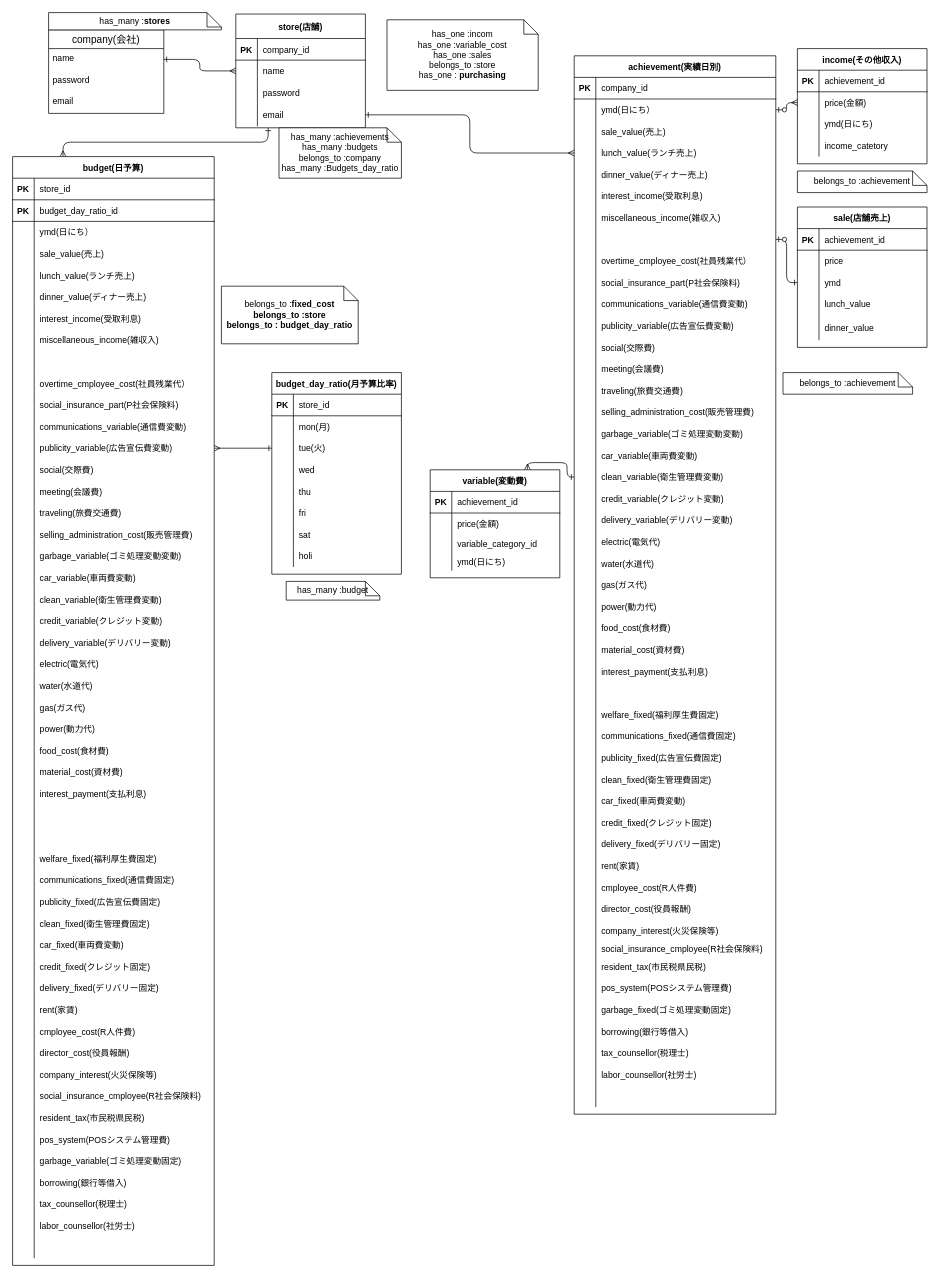
Earlier version of the draw.io diagram ER図.dio (yanagi0306/profit_loss). Source tidied: cells renumbered, new cells numbered last; positions are measured from the earlier drawing's top-left corner, leaving out a move shared by most shapes. Both pictures are drawn from the tidied source at 72%, with x=0, y=0 at pixel (12, 12).
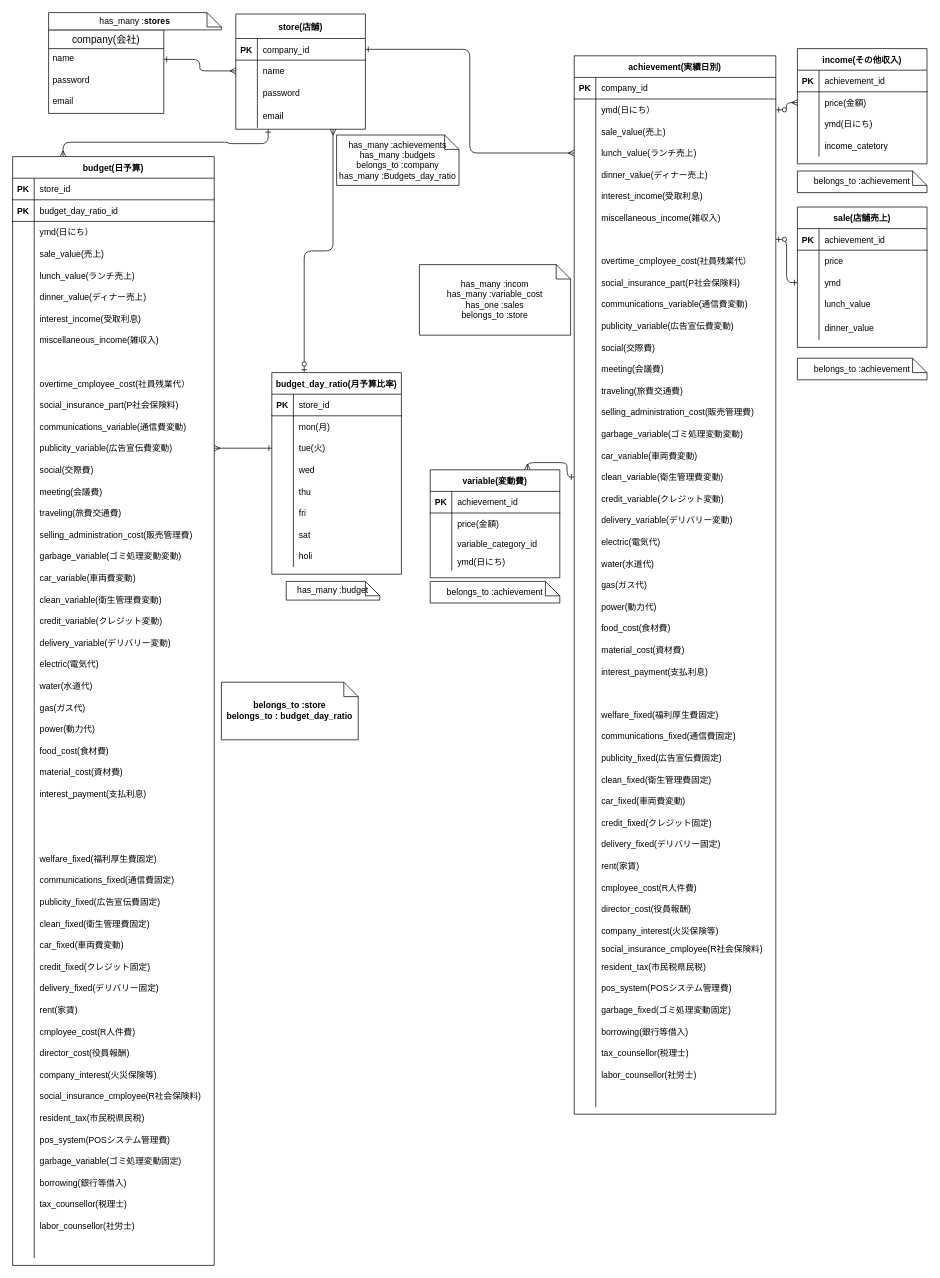
The same page after the edit.

Unchanged cells that the change refers to:
```xml
<mxCell id="14" style="shape=partialRectangle;fillColor=none;top=0;left=0;bottom=1;right=0;points=[[0,0.5],[1,0.5]];portConstraint=eastwest;" parent="13" vertex="1">
  <mxGeometry y="34" width="180" height="30" as="geometry" />
</mxCell>
<mxCell id="182" value="budget_day_ratio(月予算比率)" style="shape=table;startSize=30;childLayout=tableLayout;rowLines=0;fontStyle=1;align=center;" parent="1" vertex="1">
  <mxGeometry x="360" y="500" width="180" height="280" as="geometry" />
</mxCell>
<mxCell id="261" style="shape=partialRectangle;fillColor=none;top=0;left=0;bottom=0;right=0;points=[[0,0.5],[1,0.5]];portConstraint=eastwest;" parent="251" vertex="1">
  <mxGeometry y="120" width="280" height="30" as="geometry" />
</mxCell>
```

The edit, as a diff of the source:
```diff
@@
-    <mxCell id="6" style="edgeStyle=orthogonalEdgeStyle;rounded=1;jettySize=auto;html=1;endArrow=ERmany;endFill=0;startArrow=ERone;startFill=0;exitX=1;exitY=0.5;exitDx=0;exitDy=0;entryX=0;entryY=0.5;entryDx=0;entryDy=0;" parent="1" edge="1" source="23" target="261">
+    <mxCell id="6" style="edgeStyle=orthogonalEdgeStyle;rounded=1;jettySize=auto;html=1;endArrow=ERmany;endFill=0;startArrow=ERone;startFill=0;entryX=0;entryY=0.5;entryDx=0;entryDy=0;exitX=1;exitY=0.5;exitDx=0;exitDy=0;" parent="1" edge="1" source="14" target="261">
       <mxGeometry relative="1" as="geometry" />
     </mxCell>
@@
-    <mxCell id="8" value="has_one :incom&lt;br&gt;has_one&amp;nbsp;:variable_cost&lt;br&gt;has_one :sales&lt;br&gt;belongs_to :store&lt;br&gt;has_one&amp;nbsp;:&lt;span style=&quot;font-weight: 700&quot;&gt;&amp;nbsp;purchasing&lt;/span&gt;" style="shape=note;size=20;whiteSpace=wrap;html=1;rounded=0;sketch=0;" parent="1" vertex="1">
-      <mxGeometry x="520" y="10" width="210" height="98" as="geometry" />
+    <mxCell id="8" value="has_many :incom&lt;br&gt;has_many :variable_cost&lt;br&gt;has_one :sales&lt;br&gt;belongs_to :store" style="shape=note;size=20;whiteSpace=wrap;html=1;rounded=0;sketch=0;" parent="1" vertex="1">
+      <mxGeometry x="565" y="350" width="210" height="98" as="geometry" />
     </mxCell>
@@
     <mxCell id="11" value="belongs_to :achievement" style="shape=note;size=20;whiteSpace=wrap;html=1;rounded=0;sketch=0;" parent="1" vertex="1">
-      <mxGeometry x="1070" y="500" width="180" height="30" as="geometry" />
+      <mxGeometry x="1090" y="480" width="180" height="30" as="geometry" />
     </mxCell>
@@
     <mxCell id="13" value="store(店舗)" style="shape=table;startSize=34;childLayout=tableLayout;rowLines=0;fontStyle=1;align=center;" parent="1" vertex="1">
-      <mxGeometry x="310" y="2" width="180" height="158" as="geometry" />
+      <mxGeometry x="310" y="2" width="180" height="160" as="geometry" />
     </mxCell>
@@
     <mxCell id="23" style="shape=partialRectangle;fillColor=none;top=0;left=0;bottom=0;right=0;points=[[0,0.5],[1,0.5]];portConstraint=eastwest;" parent="13" vertex="1">
-      <mxGeometry y="124" width="180" height="32" as="geometry" />
+      <mxGeometry y="124" width="180" height="34" as="geometry" />
     </mxCell>
     <mxCell id="24" style="shape=partialRectangle;fillColor=none;top=0;left=0;bottom=0;right=0;overflow=hidden;" parent="23" vertex="1">
-      <mxGeometry width="30" height="32" as="geometry" />
+      <mxGeometry width="30" height="34" as="geometry" />
     </mxCell>
     <mxCell id="25" value="email" style="shape=partialRectangle;fillColor=none;top=0;left=0;bottom=0;right=0;align=left;spacingLeft=6;overflow=hidden;" parent="23" vertex="1">
-      <mxGeometry x="30" width="150" height="32" as="geometry" />
+      <mxGeometry x="30" width="150" height="34" as="geometry" />
     </mxCell>
@@
     <mxCell id="28" value="has_many :achievements&lt;br&gt;has_many :budgets&lt;br&gt;belongs_to :company&lt;br&gt;has_many :Budgets_day_ratio" style="shape=note;size=20;whiteSpace=wrap;html=1;" parent="1" vertex="1">
-      <mxGeometry x="370" y="160" width="170" height="70" as="geometry" />
+      <mxGeometry x="450" y="170" width="170" height="70" as="geometry" />
     </mxCell>
-    <mxCell id="29" value="belongs_to :&lt;span style=&quot;font-weight: 700&quot;&gt;fixed_cost&lt;br&gt;belongs_to :store&lt;br&gt;belongs_to :&lt;/span&gt;&lt;span style=&quot;font-weight: 700&quot;&gt;&amp;nbsp;budget_day_ratio&lt;/span&gt;&lt;span style=&quot;font-weight: 700&quot;&gt;&lt;br&gt;&lt;/span&gt;" style="shape=note;size=20;whiteSpace=wrap;html=1;" parent="1" vertex="1">
-      <mxGeometry x="290" y="380" width="190" height="80" as="geometry" />
+    <mxCell id="29" value="&lt;span style=&quot;font-weight: 700&quot;&gt;belongs_to :store&lt;br&gt;belongs_to :&lt;/span&gt;&lt;span style=&quot;font-weight: 700&quot;&gt;&amp;nbsp;budget_day_ratio&lt;/span&gt;&lt;span style=&quot;font-weight: 700&quot;&gt;&lt;br&gt;&lt;/span&gt;" style="shape=note;size=20;whiteSpace=wrap;html=1;" parent="1" vertex="1">
+      <mxGeometry x="290" y="930" width="190" height="80" as="geometry" />
     </mxCell>
@@
+    <mxCell id="397" style="edgeStyle=orthogonalEdgeStyle;html=1;exitX=0.25;exitY=0;exitDx=0;exitDy=0;startArrow=ERzeroToOne;startFill=1;endArrow=ERmany;endFill=0;entryX=0.75;entryY=1;entryDx=0;entryDy=0;" parent="1" edge="1" source="182" target="13">
+      <mxGeometry relative="1" as="geometry" />
+    </mxCell>
@@
+    <mxCell id="398" value="belongs_to :achievement" style="shape=note;size=20;whiteSpace=wrap;html=1;rounded=0;sketch=0;" parent="1" vertex="1">
+      <mxGeometry x="580" y="790" width="180" height="30" as="geometry" />
+    </mxCell>
```
